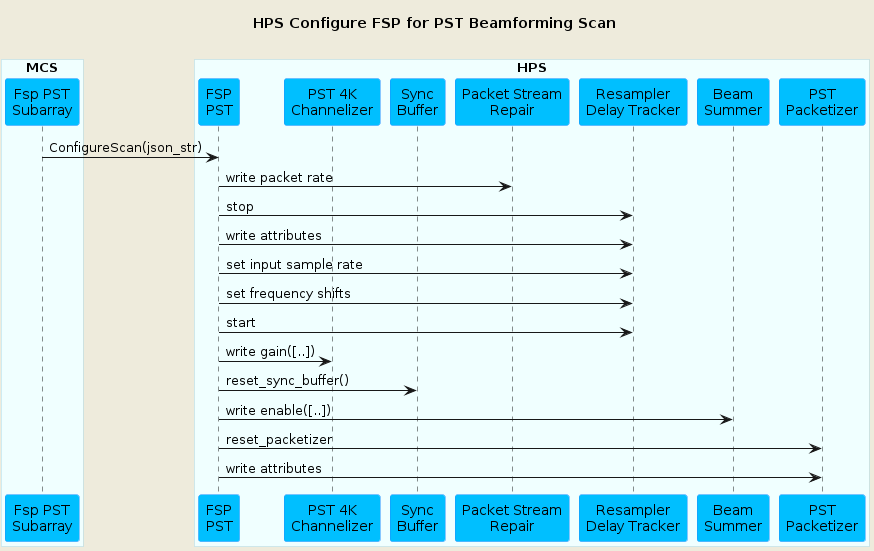
ska-telescope/mid-cbf-mcs keeps this PlantUML diagram as docs/src/diagrams/configure-scan-pst-fsp-hps.png. Above is the earlier version.
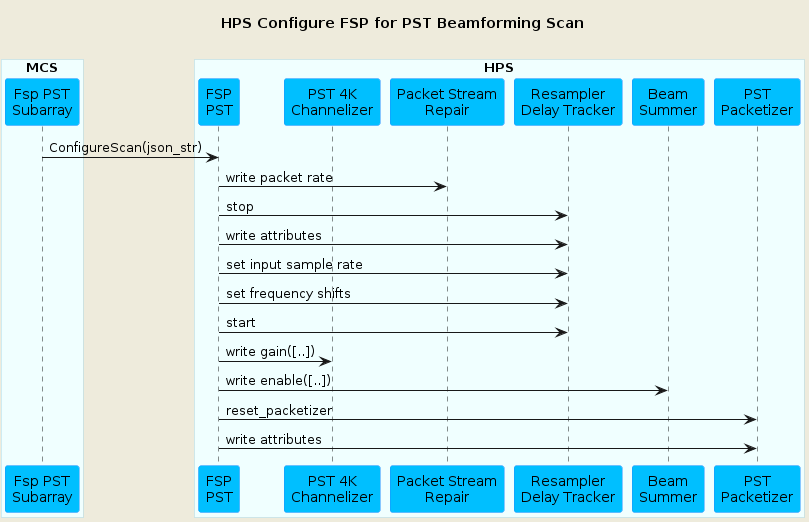
The same file after the commit.

Commit message:
CIP-2849: Updated diagram to reflect recent changes

What changed in the source:
```diff
@@ -19,7 +19,6 @@
 box "HPS"
 participant "FSP\nPST" as hpsfsppst
 participant "PST 4K\nChannelizer" as channelizer
-participant "Sync\nBuffer" as buffer
 participant "Packet Stream\nRepair" as psr
 participant "Resampler\nDelay Tracker" as rdt
 participant "Beam\nSummer" as summer
@@ -35,7 +34,6 @@
 hpsfsppst  -> rdt         : set frequency shifts
 hpsfsppst  -> rdt         : start
 hpsfsppst  -> channelizer : write gain([..])
-hpsfsppst  -> buffer      : reset_sync_buffer()
 hpsfsppst  -> summer      : write enable([..])
 hpsfsppst  -> packetizer  : reset_packetizer
 hpsfsppst  -> packetizer  : write attributes
```
